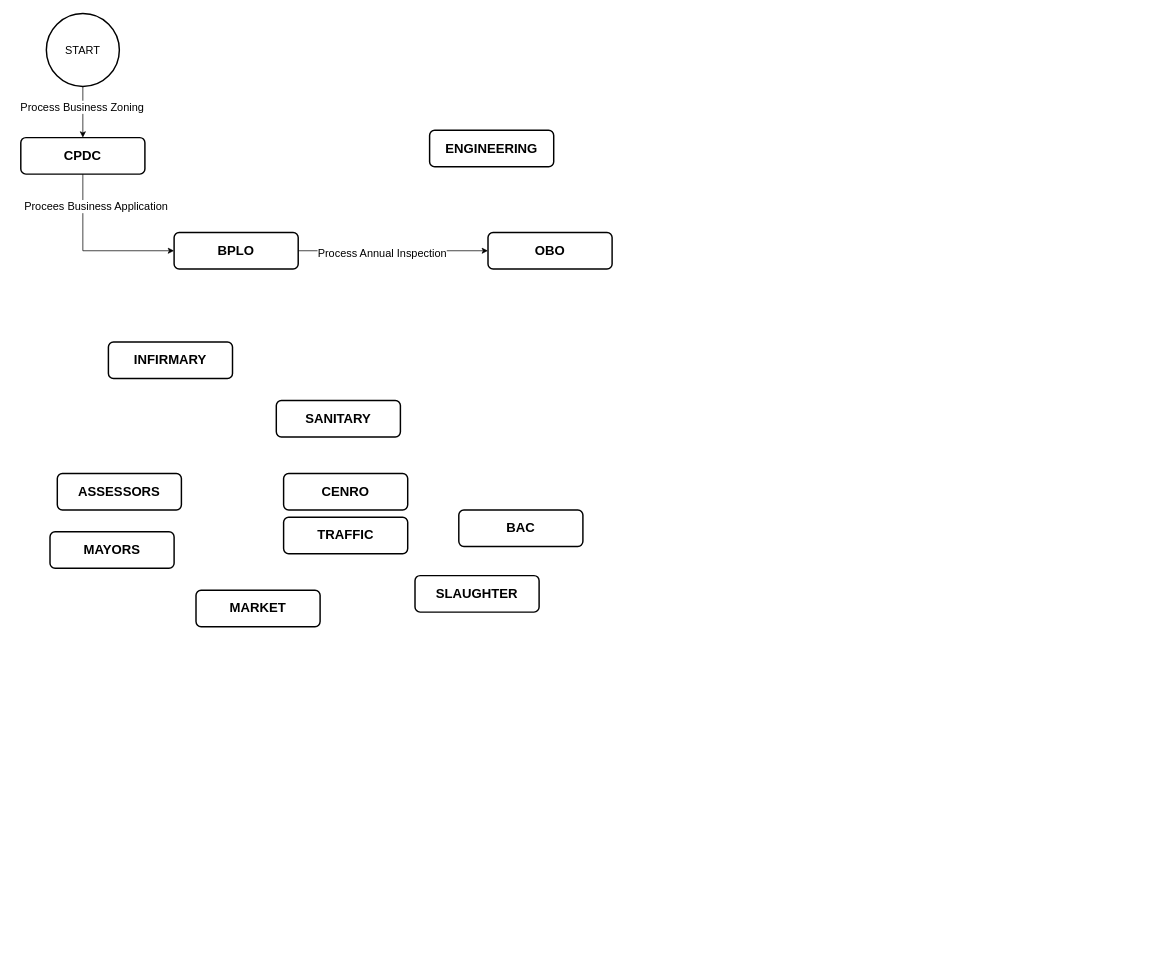
This is Untitled Diagram.drawio from sonjie24/Schema, a draw.io file, before an edit. Source tidied: cells renumbered, new cells numbered last; positions are measured from the earlier drawing's top-left corner, leaving out a move shared by most shapes. Both pictures are drawn from the tidied source at 73%, with x=0, y=0 at pixel (20, 13).
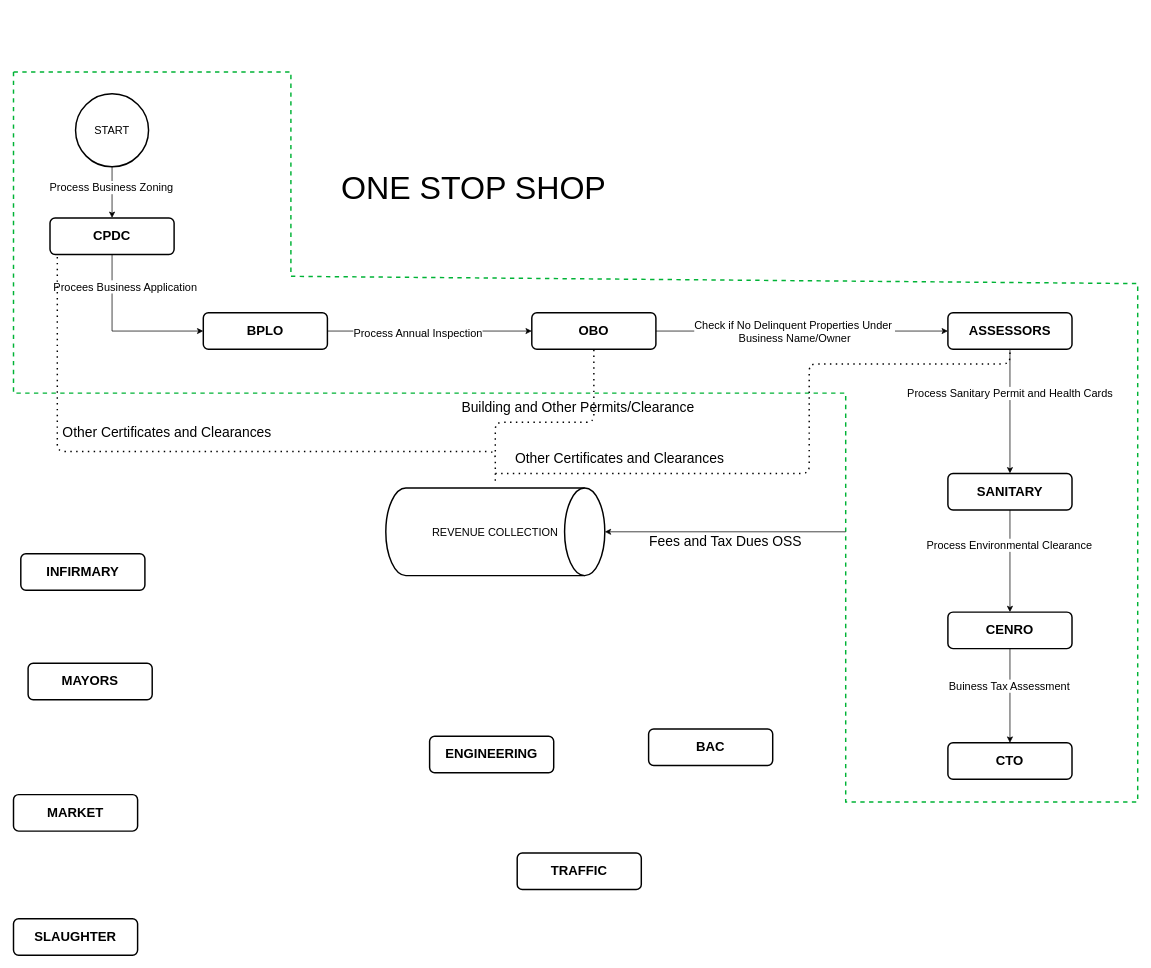
The same page after the edit.

Unchanged cells that the change refers to:
```xml
<mxCell id="2" style="edgeStyle=orthogonalEdgeStyle;rounded=0;jettySize=auto;html=1;exitX=1;exitY=0.5;exitDx=0;exitDy=0;entryX=0;entryY=0.5;entryDx=0;entryDy=0;fontSize=15;" parent="1" edge="1" source="4" target="9">
  <mxGeometry relative="1" as="geometry" />
</mxCell>
```

The edit, as a diff of the source:
```diff
@@
-    <mxCell id="3" value="Process Annual Inspection" style="edgeLabel;html=1;align=center;verticalAlign=middle;fontSize=15;" parent="2" vertex="1">
+    <mxCell id="3" value="Process Annual Inspection" style="edgeLabel;html=1;align=center;verticalAlign=middle;fontSize=15;labelBackgroundColor=#ffffff;" parent="2" vertex="1">
       <mxGeometry x="-0.12" y="-2" relative="1" as="geometry" />
     </mxCell>
     <mxCell id="4" value="&lt;h2&gt;BPLO&lt;/h2&gt;" style="rounded=1;whiteSpace=wrap;html=1;absoluteArcSize=1;arcSize=14;strokeWidth=2;" parent="1" vertex="1">
-      <mxGeometry x="210" y="300" width="170" height="50" as="geometry" />
+      <mxGeometry x="250" y="410" width="170" height="50" as="geometry" />
     </mxCell>
@@
     <mxCell id="7" value="&lt;h2&gt;CPDC&lt;/h2&gt;" style="rounded=1;whiteSpace=wrap;html=1;absoluteArcSize=1;arcSize=14;strokeWidth=2;" parent="1" vertex="1">
-      <mxGeometry y="170" width="170" height="50" as="geometry" />
+      <mxGeometry x="40" y="280" width="170" height="50" as="geometry" />
     </mxCell>
     <mxCell id="8" value="&lt;h2&gt;MAYORS&lt;/h2&gt;" style="rounded=1;whiteSpace=wrap;html=1;absoluteArcSize=1;arcSize=14;strokeWidth=2;" parent="1" vertex="1">
-      <mxGeometry x="40" y="710" width="170" height="50" as="geometry" />
+      <mxGeometry x="10" y="890" width="170" height="50" as="geometry" />
     </mxCell>
+    <mxCell id="22" style="edgeStyle=orthogonalEdgeStyle;rounded=0;jettySize=auto;html=1;entryX=0;entryY=0.5;entryDx=0;entryDy=0;fontSize=15;" parent="1" edge="1" source="9" target="11">
+      <mxGeometry relative="1" as="geometry" />
+    </mxCell>
+    <mxCell id="23" value="Check if No Delinquent Properties Under&amp;nbsp;&lt;br&gt;Business Name/Owner" style="edgeLabel;html=1;align=center;verticalAlign=middle;fontSize=15;labelBackgroundColor=#ffffff;" parent="22" vertex="1">
+      <mxGeometry x="-0.21" y="1" relative="1" as="geometry">
+        <mxPoint x="31.7" y="1" as="offset" />
+      </mxGeometry>
+    </mxCell>
     <mxCell id="9" value="&lt;h2&gt;OBO&lt;/h2&gt;" style="rounded=1;whiteSpace=wrap;html=1;absoluteArcSize=1;arcSize=14;strokeWidth=2;" parent="1" vertex="1">
-      <mxGeometry x="640" y="300" width="170" height="50" as="geometry" />
+      <mxGeometry x="700" y="410" width="170" height="50" as="geometry" />
     </mxCell>
     <mxCell id="10" value="&lt;h2&gt;ENGINEERING&lt;/h2&gt;" style="rounded=1;whiteSpace=wrap;html=1;absoluteArcSize=1;arcSize=14;strokeWidth=2;" parent="1" vertex="1">
-      <mxGeometry x="560" y="160" width="170" height="50" as="geometry" />
+      <mxGeometry x="560" y="990" width="170" height="50" as="geometry" />
     </mxCell>
+    <mxCell id="24" style="edgeStyle=orthogonalEdgeStyle;rounded=0;jettySize=auto;html=1;fontSize=15;" parent="1" edge="1" source="11" target="13">
+      <mxGeometry relative="1" as="geometry" />
+    </mxCell>
+    <mxCell id="25" value="Process Sanitary Permit and Health Cards" style="edgeLabel;html=1;align=center;verticalAlign=middle;fontSize=15;" parent="24" vertex="1">
+      <mxGeometry x="-0.3" y="-1" relative="1" as="geometry" />
+    </mxCell>
     <mxCell id="11" value="&lt;h2&gt;ASSESSORS&lt;/h2&gt;" style="rounded=1;whiteSpace=wrap;html=1;absoluteArcSize=1;arcSize=14;strokeWidth=2;" parent="1" vertex="1">
-      <mxGeometry x="50" y="630" width="170" height="50" as="geometry" />
+      <mxGeometry x="1270" y="410" width="170" height="50" as="geometry" />
     </mxCell>
     <mxCell id="12" value="&lt;h2&gt;INFIRMARY&lt;/h2&gt;" style="rounded=1;whiteSpace=wrap;html=1;absoluteArcSize=1;arcSize=14;strokeWidth=2;" parent="1" vertex="1">
-      <mxGeometry x="120" y="450" width="170" height="50" as="geometry" />
+      <mxGeometry y="740" width="170" height="50" as="geometry" />
     </mxCell>
+    <mxCell id="26" style="edgeStyle=orthogonalEdgeStyle;rounded=0;jettySize=auto;html=1;fontSize=15;" parent="1" edge="1" source="13" target="14">
+      <mxGeometry relative="1" as="geometry" />
+    </mxCell>
+    <mxCell id="27" value="Process Environmental Clearance" style="edgeLabel;html=1;align=center;verticalAlign=middle;fontSize=15;" parent="26" vertex="1">
+      <mxGeometry x="-0.33" y="-2" relative="1" as="geometry" />
+    </mxCell>
     <mxCell id="13" value="&lt;h2&gt;SANITARY&lt;/h2&gt;" style="rounded=1;whiteSpace=wrap;html=1;absoluteArcSize=1;arcSize=14;strokeWidth=2;" parent="1" vertex="1">
-      <mxGeometry x="350" y="530" width="170" height="50" as="geometry" />
+      <mxGeometry x="1270" y="630" width="170" height="50" as="geometry" />
     </mxCell>
+    <mxCell id="28" style="edgeStyle=orthogonalEdgeStyle;rounded=0;jettySize=auto;html=1;entryX=0.5;entryY=0;entryDx=0;entryDy=0;fontSize=15;" parent="1" edge="1" source="14" target="31">
+      <mxGeometry relative="1" as="geometry" />
+    </mxCell>
+    <mxCell id="29" value="Buiness Tax Assessment" style="edgeLabel;html=1;align=center;verticalAlign=middle;fontSize=15;" parent="28" vertex="1">
+      <mxGeometry x="-0.3" y="-2" relative="1" as="geometry">
+        <mxPoint y="5" as="offset" />
+      </mxGeometry>
+    </mxCell>
     <mxCell id="14" value="&lt;h2&gt;CENRO&lt;/h2&gt;" style="rounded=1;whiteSpace=wrap;html=1;absoluteArcSize=1;arcSize=14;strokeWidth=2;" parent="1" vertex="1">
-      <mxGeometry x="360" y="630" width="170" height="50" as="geometry" />
+      <mxGeometry x="1270" y="820" width="170" height="50" as="geometry" />
     </mxCell>
     <mxCell id="15" value="&lt;h2&gt;TRAFFIC&lt;/h2&gt;" style="rounded=1;whiteSpace=wrap;html=1;absoluteArcSize=1;arcSize=14;strokeWidth=2;" parent="1" vertex="1">
-      <mxGeometry x="360" y="690" width="170" height="50" as="geometry" />
+      <mxGeometry x="680" y="1150" width="170" height="50" as="geometry" />
     </mxCell>
     <mxCell id="16" value="&lt;h2&gt;BAC&lt;/h2&gt;" style="rounded=1;whiteSpace=wrap;html=1;absoluteArcSize=1;arcSize=14;strokeWidth=2;" parent="1" vertex="1">
-      <mxGeometry x="600" y="680" width="170" height="50" as="geometry" />
+      <mxGeometry x="860" y="980" width="170" height="50" as="geometry" />
     </mxCell>
     <mxCell id="17" value="&lt;h2&gt;SLAUGHTER&lt;/h2&gt;" style="rounded=1;whiteSpace=wrap;html=1;absoluteArcSize=1;arcSize=14;strokeWidth=2;" parent="1" vertex="1">
-      <mxGeometry x="540" y="770" width="170" height="50" as="geometry" />
+      <mxGeometry x="-10" y="1240" width="170" height="50" as="geometry" />
     </mxCell>
     <mxCell id="18" value="&lt;h2&gt;MARKET&lt;/h2&gt;" style="rounded=1;whiteSpace=wrap;html=1;absoluteArcSize=1;arcSize=14;strokeWidth=2;" parent="1" vertex="1">
-      <mxGeometry x="240" y="790" width="170" height="50" as="geometry" />
+      <mxGeometry x="-10" y="1070" width="170" height="50" as="geometry" />
     </mxCell>
@@
     <mxCell id="21" value="START" style="strokeWidth=2;html=1;shape=mxgraph.flowchart.start_2;whiteSpace=wrap;fontSize=15;" parent="1" vertex="1">
-      <mxGeometry x="35" width="100" height="100" as="geometry" />
+      <mxGeometry x="75" y="110" width="100" height="100" as="geometry" />
     </mxCell>
+    <mxCell id="30" value="REVENUE COLLECTION" style="strokeWidth=2;html=1;shape=mxgraph.flowchart.direct_data;whiteSpace=wrap;fontSize=15;" parent="1" vertex="1">
+      <mxGeometry x="500" y="650" width="300" height="120" as="geometry" />
+    </mxCell>
+    <mxCell id="31" value="&lt;h2&gt;CTO&lt;/h2&gt;" style="rounded=1;whiteSpace=wrap;html=1;absoluteArcSize=1;arcSize=14;strokeWidth=2;" parent="1" vertex="1">
+      <mxGeometry x="1270" y="999" width="170" height="50" as="geometry" />
+    </mxCell>
+    <mxCell id="32" style="edgeStyle=none;rounded=0;html=1;jettySize=auto;orthogonalLoop=1;strokeColor=#00B336;strokeWidth=2;fontColor=#000000;jumpStyle=none;endArrow=none;endFill=0;startArrow=none;dashed=1;" parent="1" edge="1">
+      <mxGeometry relative="1" as="geometry">
+        <mxPoint x="-10" y="80" as="sourcePoint" />
+        <mxPoint x="-10" y="80" as="targetPoint" />
+        <Array as="points">
+          <mxPoint x="-10" y="520" />
+          <mxPoint x="1130" y="520" />
+          <mxPoint x="1130" y="1080" />
+          <mxPoint x="1530" y="1080" />
+          <mxPoint x="1530" y="370" />
+          <mxPoint x="370" y="360" />
+          <mxPoint x="370" y="80" />
+          <mxPoint x="300" y="80" />
+        </Array>
+      </mxGeometry>
+    </mxCell>
+    <mxCell id="33" value="ONE STOP SHOP" style="text;html=1;align=center;verticalAlign=middle;fontSize=44;fontFamily=Helvetica;" parent="1" vertex="1">
+      <mxGeometry x="430" y="210" width="380" height="60" as="geometry" />
+    </mxCell>
+    <mxCell id="34" style="endArrow=classic;html=1;fontFamily=Helvetica;fontSize=44;entryX=1;entryY=0.5;entryDx=0;entryDy=0;entryPerimeter=0;" parent="1" edge="1" target="30">
+      <mxGeometry relative="1" as="geometry">
+        <mxPoint x="1130" y="710" as="sourcePoint" />
+      </mxGeometry>
+    </mxCell>
+    <mxCell id="35" style="endArrow=none;dashed=1;html=1;dashPattern=1 3;strokeWidth=2;fontFamily=Helvetica;fontSize=44;" parent="1" edge="1">
+      <mxGeometry relative="1" as="geometry">
+        <mxPoint x="650" y="640" as="sourcePoint" />
+        <mxPoint x="50" y="330" as="targetPoint" />
+        <Array as="points">
+          <mxPoint x="650" y="600" />
+          <mxPoint x="50" y="600" />
+        </Array>
+      </mxGeometry>
+    </mxCell>
+    <mxCell id="36" value="&lt;font style=&quot;font-size: 19px&quot;&gt;Other Certificates and Clearances&lt;/font&gt;" style="text;html=1;align=center;verticalAlign=middle;fontSize=44;fontFamily=Helvetica;" parent="1" vertex="1">
+      <mxGeometry x="50" y="530" width="300" height="70" as="geometry" />
+    </mxCell>
+    <mxCell id="37" style="endArrow=none;dashed=1;html=1;dashPattern=1 3;strokeWidth=2;fontFamily=Helvetica;fontSize=44;entryX=0.5;entryY=1;entryDx=0;entryDy=0;" parent="1" edge="1" target="9">
+      <mxGeometry relative="1" as="geometry">
+        <mxPoint x="650" y="600" as="sourcePoint" />
+        <Array as="points">
+          <mxPoint x="650" y="560" />
+          <mxPoint x="785" y="560" />
+        </Array>
+      </mxGeometry>
+    </mxCell>
+    <mxCell id="38" value="&lt;font style=&quot;font-size: 19px&quot;&gt;Building and Other Permits/Clearance&lt;/font&gt;" style="text;html=1;align=center;verticalAlign=middle;fontSize=44;fontFamily=Helvetica;" parent="1" vertex="1">
+      <mxGeometry x="598" y="496" width="330" height="70" as="geometry" />
+    </mxCell>
+    <mxCell id="39" style="endArrow=none;dashed=1;html=1;dashPattern=1 3;strokeWidth=2;fontFamily=Helvetica;fontSize=44;entryX=0.5;entryY=1;entryDx=0;entryDy=0;" parent="1" edge="1" target="11">
+      <mxGeometry relative="1" as="geometry">
+        <mxPoint x="650" y="630" as="sourcePoint" />
+        <Array as="points">
+          <mxPoint x="1080" y="630" />
+          <mxPoint x="1080" y="480" />
+          <mxPoint x="1355" y="480" />
+        </Array>
+      </mxGeometry>
+    </mxCell>
+    <mxCell id="40" value="&lt;span style=&quot;font-size: 19px&quot;&gt;Fees and Tax Dues OSS&lt;/span&gt;" style="text;html=1;align=center;verticalAlign=middle;fontSize=44;fontFamily=Helvetica;" parent="1" vertex="1">
+      <mxGeometry x="855" y="680" width="220" height="70" as="geometry" />
+    </mxCell>
+    <mxCell id="41" value="&lt;font style=&quot;font-size: 19px&quot;&gt;Other Certificates and Clearances&lt;/font&gt;" style="text;html=1;align=center;verticalAlign=middle;fontSize=44;fontFamily=Helvetica;" parent="1" vertex="1">
+      <mxGeometry x="670" y="566" width="300" height="70" as="geometry" />
+    </mxCell>
```
